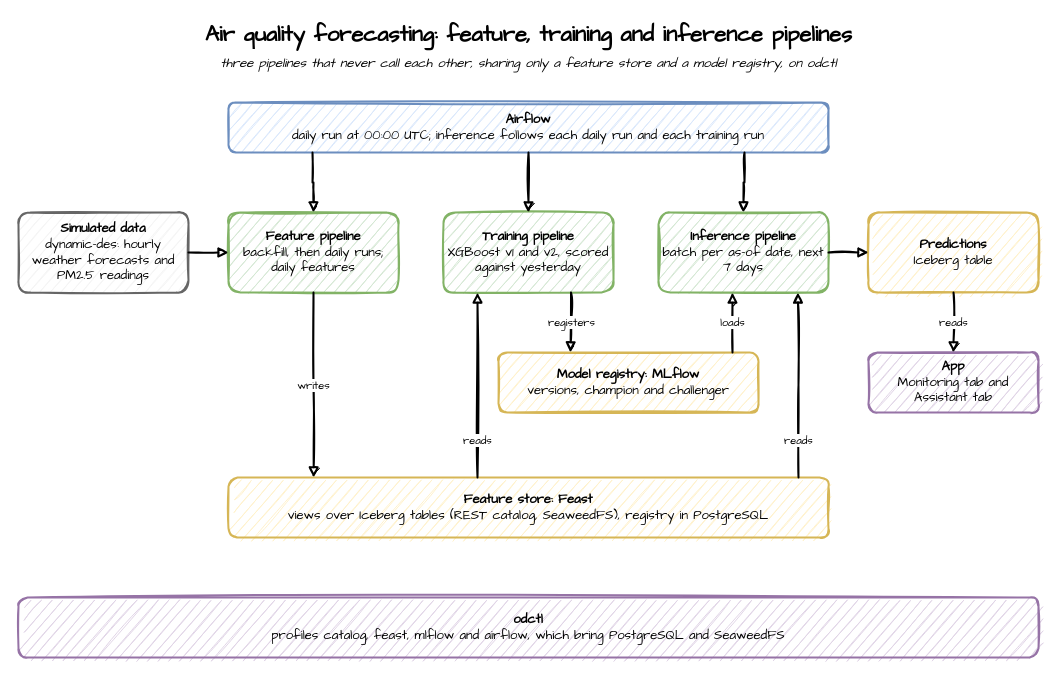
Earlier version of the draw.io diagram air-quality/images/architecture.drawio (jaehyeon-kim/benchtop). Source tidied: cells renumbered, new cells numbered last; positions are measured from the earlier drawing's top-left corner, leaving out a move shared by most shapes. Both pictures are drawn from the tidied source at 100%, with x=0, y=0 at pixel (18, 17).
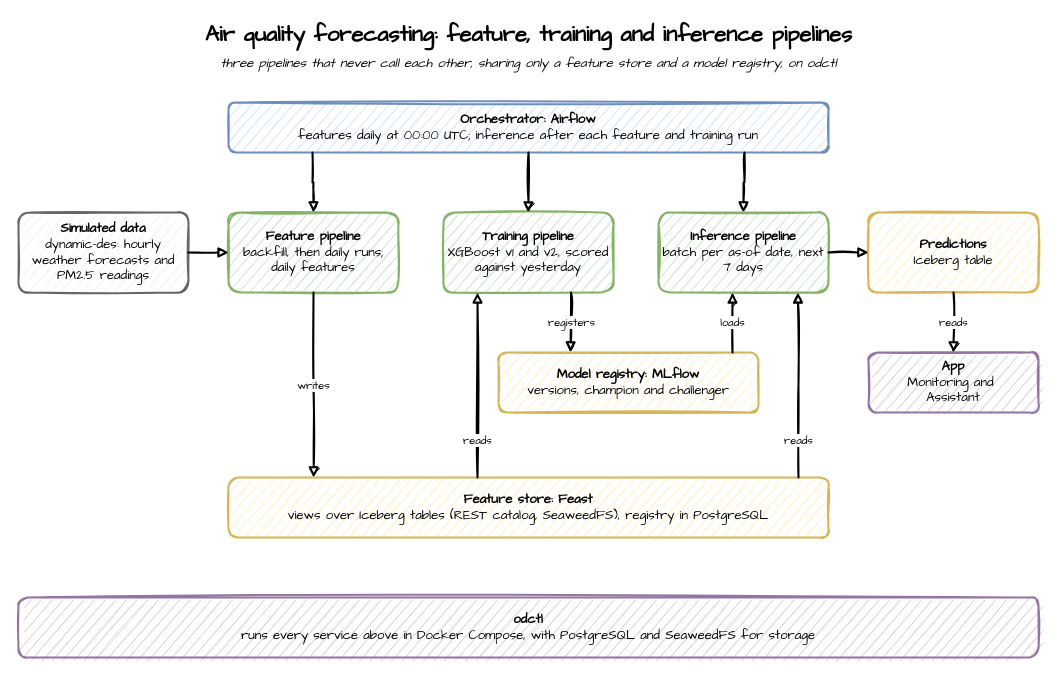
After the change.

The edit, as a diff of the source:
```diff
@@
-    <mxCell id="4" value="&lt;b&gt;Airflow&lt;/b&gt;&lt;br&gt;daily run at 00:00 UTC; inference follows each daily run and each training run" style="sketch=1;fontFamily=Comic Sans MS;strokeWidth=2;html=1;rounded=1;whiteSpace=wrap;fontSize=13;fillColor=#dae8fc;strokeColor=#6c8ebf;" parent="1" vertex="1">
+    <mxCell id="4" value="&lt;b&gt;Orchestrator: Airflow&lt;/b&gt;&lt;br&gt;features daily at 00:00 UTC; inference after each feature and training run" style="sketch=1;fontFamily=Comic Sans MS;strokeWidth=2;html=1;rounded=1;whiteSpace=wrap;fontSize=13;fillColor=#dae8fc;strokeColor=#6c8ebf;" parent="1" vertex="1">
       <mxGeometry x="210" y="85" width="600" height="50" as="geometry" />
     </mxCell>
@@
-    <mxCell id="11" value="&lt;b&gt;App&lt;/b&gt;&lt;br&gt;Monitoring tab and Assistant tab" style="sketch=1;fontFamily=Comic Sans MS;strokeWidth=2;html=1;rounded=1;whiteSpace=wrap;fontSize=13;fillColor=#e1d5e7;strokeColor=#9673a6;" parent="1" vertex="1">
+    <mxCell id="11" value="&lt;b&gt;App&lt;/b&gt;&lt;br&gt;Monitoring and&amp;nbsp;&lt;div&gt;Assistant&lt;/div&gt;" style="sketch=1;fontFamily=Comic Sans MS;strokeWidth=2;html=1;rounded=1;whiteSpace=wrap;fontSize=13;fillColor=#e1d5e7;strokeColor=#9673a6;" parent="1" vertex="1">
       <mxGeometry x="850" y="335" width="170" height="60" as="geometry" />
     </mxCell>
@@
-    <mxCell id="13" value="&lt;b&gt;odctl&lt;/b&gt;&lt;br&gt;profiles catalog, feast, mlflow and airflow, which bring PostgreSQL and SeaweedFS" style="sketch=1;fontFamily=Comic Sans MS;strokeWidth=2;html=1;rounded=1;whiteSpace=wrap;fontSize=13;fillColor=#e1d5e7;strokeColor=#9673a6;" parent="1" vertex="1">
+    <mxCell id="13" value="&lt;b&gt;odctl&lt;/b&gt;&lt;br&gt;runs every service above in Docker Compose, with PostgreSQL and SeaweedFS for storage" style="sketch=1;fontFamily=Comic Sans MS;strokeWidth=2;html=1;rounded=1;whiteSpace=wrap;fontSize=13;fillColor=#e1d5e7;strokeColor=#9673a6;" parent="1" vertex="1">
       <mxGeometry y="580" width="1020" height="60" as="geometry" />
     </mxCell>
```
